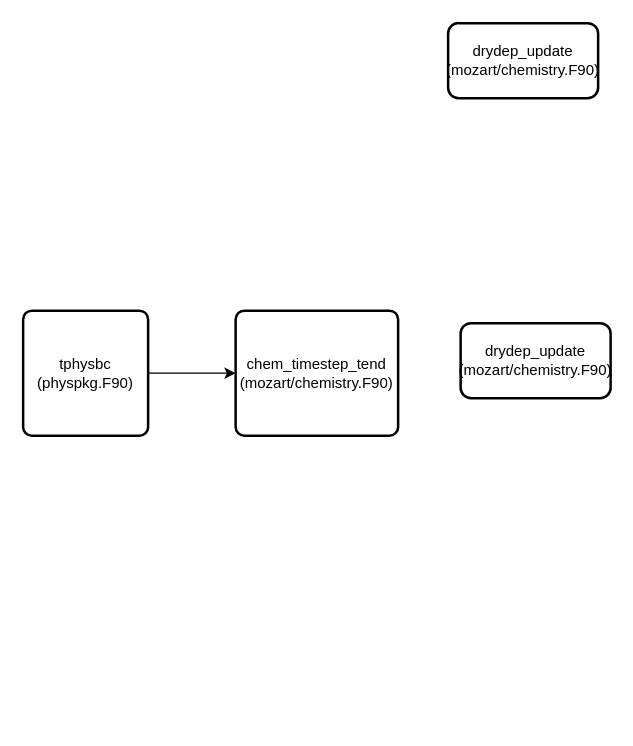
Before: Untitled Diagram.drawio in singhbalwinder/bin_dir, a draw.io diagram. Source tidied: cells renumbered, new cells numbered last; positions are measured from the earlier drawing's top-left corner, leaving out a move shared by most shapes. Both pictures are drawn from the tidied source at 125%, with x=0, y=0 at pixel (22, 22).
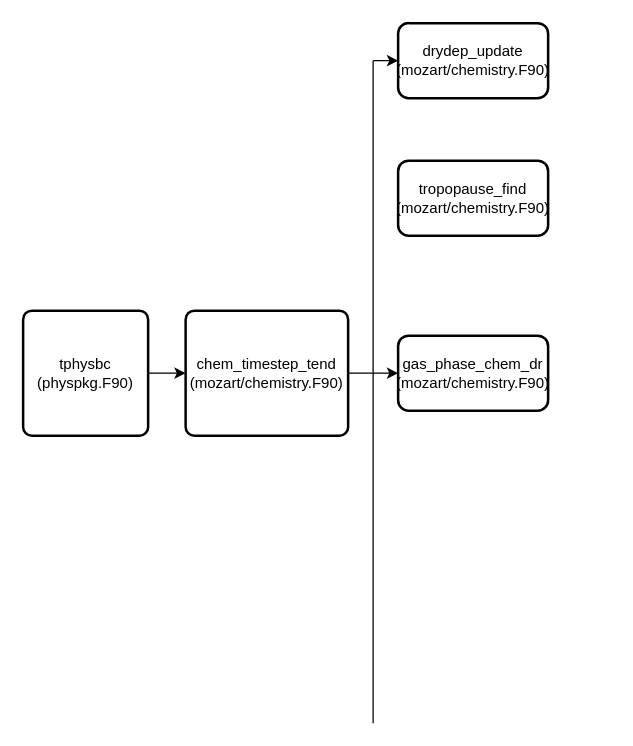
The same diagram, later.

The edit, as a diff of the source:
```diff
@@
 <mxGraphModel>
   <root>
     <mxCell id="0" />
     <mxCell id="1" parent="0" />
     <mxCell id="2" style="edgeStyle=orthogonalEdgeStyle;rounded=0;jettySize=auto;html=1;" parent="1" edge="1" source="3" target="4">
       <mxGeometry relative="1" as="geometry" />
     </mxCell>
     <mxCell id="3" value="tphysbc&lt;br&gt;(physpkg.F90)" style="rounded=1;whiteSpace=wrap;html=1;absoluteArcSize=1;arcSize=14;strokeWidth=2;" parent="1" vertex="1">
       <mxGeometry y="230" width="100" height="100" as="geometry" />
     </mxCell>
+    <mxCell id="7" style="edgeStyle=none;rounded=0;jettySize=auto;html=1;" parent="1" edge="1" source="4" target="6">
+      <mxGeometry relative="1" as="geometry" />
+    </mxCell>
     <mxCell id="4" value="chem_timestep_tend&lt;br&gt;(mozart/chemistry.F90)" style="rounded=1;whiteSpace=wrap;html=1;absoluteArcSize=1;arcSize=14;strokeWidth=2;" parent="1" vertex="1">
-      <mxGeometry x="170" y="230" width="130" height="100" as="geometry" />
+      <mxGeometry x="130" y="230" width="130" height="100" as="geometry" />
     </mxCell>
     <mxCell id="5" value="drydep_update&lt;br&gt;(mozart/chemistry.F90)" style="rounded=1;whiteSpace=wrap;html=1;arcSize=14;strokeWidth=2;" parent="1" vertex="1">
-      <mxGeometry x="340" width="120" height="60" as="geometry" />
+      <mxGeometry x="300" width="120" height="60" as="geometry" />
     </mxCell>
-    <mxCell id="6" value="drydep_update&lt;br&gt;(mozart/chemistry.F90)" style="rounded=1;whiteSpace=wrap;html=1;arcSize=14;strokeWidth=2;" parent="1" vertex="1">
-      <mxGeometry x="350" y="240" width="120" height="60" as="geometry" />
+    <mxCell id="6" value="gas_phase_chem_dr&lt;br&gt;(mozart/chemistry.F90)" style="rounded=1;whiteSpace=wrap;html=1;arcSize=14;strokeWidth=2;" parent="1" vertex="1">
+      <mxGeometry x="300" y="250" width="120" height="60" as="geometry" />
     </mxCell>
+    <mxCell id="8" style="endArrow=none;html=1;rounded=0;" parent="1" edge="1">
+      <mxGeometry relative="1" as="geometry">
+        <mxPoint x="280" y="560" as="sourcePoint" />
+        <mxPoint x="280" y="30" as="targetPoint" />
+      </mxGeometry>
+    </mxCell>
+    <mxCell id="9" style="endArrow=classic;html=1;rounded=0;entryX=0;entryY=0.5;entryDx=0;entryDy=0;" parent="1" edge="1" target="5">
+      <mxGeometry relative="1" as="geometry">
+        <mxPoint x="280" y="30" as="sourcePoint" />
+      </mxGeometry>
+    </mxCell>
+    <mxCell id="10" value="tropopause_find&lt;br&gt;(mozart/chemistry.F90)" style="rounded=1;whiteSpace=wrap;html=1;arcSize=14;strokeWidth=2;" parent="1" vertex="1">
+      <mxGeometry x="300" y="110" width="120" height="60" as="geometry" />
+    </mxCell>
   </root>
 </mxGraphModel>
```
